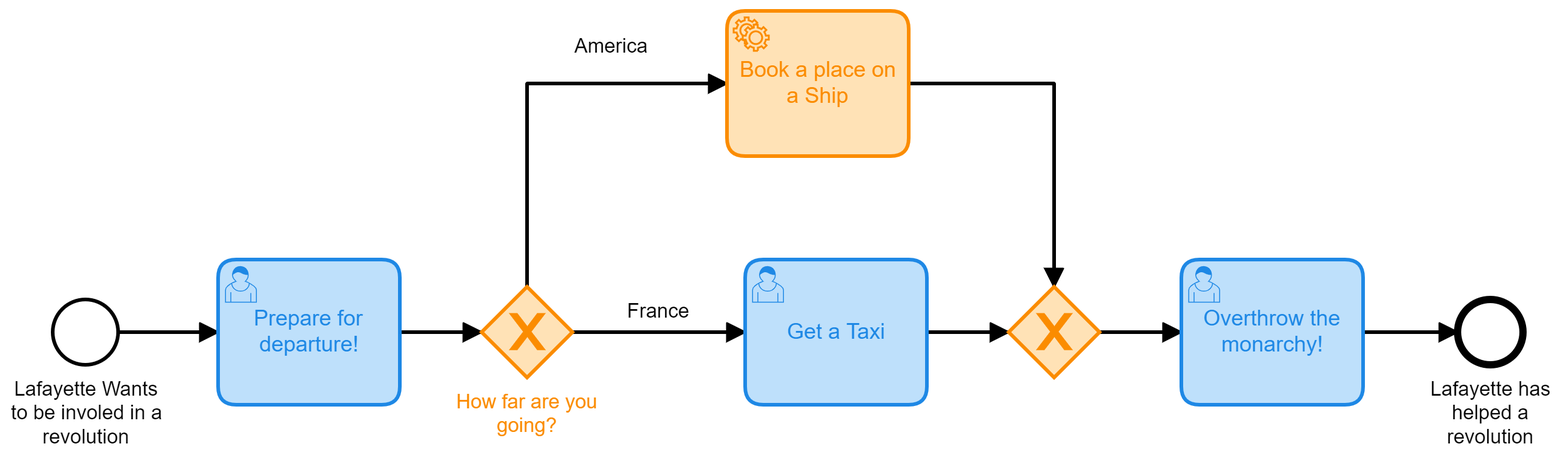
camunda-community-hub/Camunda-7-Spring-Boot-Tutorial-Lafayette keeps this BPMN diagram as src/main/resources/images/LafayetteV2.png. Above is the earlier version. Its source is kept beside it as src/main/resources/LafayetteV2.bpmn. Ids are renumbered. The source it was exported from:
```xml
<bpmn:definitions xmlns:bpmn="http://www.omg.org/spec/BPMN/20100524/MODEL" xmlns:bpmndi="http://www.omg.org/spec/BPMN/20100524/DI" xmlns:dc="http://www.omg.org/spec/DD/20100524/DC" xmlns:di="http://www.omg.org/spec/DD/20100524/DI" xmlns:camunda="http://camunda.org/schema/1.0/bpmn" xmlns:bioc="http://bpmn.io/schema/bpmn/biocolor/1.0" xmlns:xsi="http://www.w3.org/2001/XMLSchema-instance" id="Definitions_n1" targetNamespace="http://bpmn.io/schema/bpmn" exporter="Camunda Modeler" exporterVersion="4.8.0">
  <bpmn:process id="Lafayette-process-v2" name="Lafayette Version 2." isExecutable="true">
    <bpmn:startEvent id="StartEvent_1" name="Lafayette Wants to be involed in a revolution">
      <bpmn:outgoing>SequenceFlow_n2</bpmn:outgoing>
    </bpmn:startEvent>
    <bpmn:sequenceFlow id="SequenceFlow_n2" sourceRef="StartEvent_1" targetRef="Activity_n3" />
    <bpmn:endEvent id="EndEvent_n4" name="Lafayette has helped a revolution">
      <bpmn:incoming>Flow_n5</bpmn:incoming>
    </bpmn:endEvent>
    <bpmn:userTask id="Activity_n3" name="Prepare for departure!" camunda:formKey="camunda-forms:/forms/preparetrip.form">
      <bpmn:incoming>SequenceFlow_n2</bpmn:incoming>
      <bpmn:outgoing>Flow_n6</bpmn:outgoing>
    </bpmn:userTask>
    <bpmn:sequenceFlow id="Flow_n6" sourceRef="Activity_n3" targetRef="Gateway_n7" />
    <bpmn:sequenceFlow id="Flow_n8" sourceRef="Activity_n9" targetRef="Gateway_n10" />
    <bpmn:userTask id="Activity_n9" name="Get a Taxi" camunda:formKey="camunda-forms:/forms/GetTaxi.form">
      <bpmn:incoming>Flow_n11</bpmn:incoming>
      <bpmn:outgoing>Flow_n8</bpmn:outgoing>
    </bpmn:userTask>
    <bpmn:sequenceFlow id="Flow_n5" sourceRef="Activity_n12" targetRef="EndEvent_n4" />
    <bpmn:userTask id="Activity_n12" name="Overthrow the monarchy!">
      <bpmn:incoming>Flow_n13</bpmn:incoming>
      <bpmn:outgoing>Flow_n5</bpmn:outgoing>
    </bpmn:userTask>
    <bpmn:exclusiveGateway id="Gateway_n7" name="How far are you going?">
      <bpmn:incoming>Flow_n6</bpmn:incoming>
      <bpmn:outgoing>Flow_n11</bpmn:outgoing>
      <bpmn:outgoing>Flow_n14</bpmn:outgoing>
    </bpmn:exclusiveGateway>
    <bpmn:sequenceFlow id="Flow_n11" name="France" sourceRef="Gateway_n7" targetRef="Activity_n9">
      <bpmn:conditionExpression xsi:type="bpmn:tFormalExpression">#{country == 'France'}</bpmn:conditionExpression>
    </bpmn:sequenceFlow>
    <bpmn:sequenceFlow id="Flow_n14" name="America" sourceRef="Gateway_n7" targetRef="Activity_n15">
      <bpmn:conditionExpression xsi:type="bpmn:tFormalExpression">#{country == 'America'}</bpmn:conditionExpression>
    </bpmn:sequenceFlow>
    <bpmn:exclusiveGateway id="Gateway_n10">
      <bpmn:incoming>Flow_n8</bpmn:incoming>
      <bpmn:incoming>Flow_n16</bpmn:incoming>
      <bpmn:outgoing>Flow_n13</bpmn:outgoing>
    </bpmn:exclusiveGateway>
    <bpmn:sequenceFlow id="Flow_n13" sourceRef="Gateway_n10" targetRef="Activity_n12" />
    <bpmn:sequenceFlow id="Flow_n16" sourceRef="Activity_n15" targetRef="Gateway_n10" />
    <bpmn:serviceTask id="Activity_n15" name="Book a place on a Ship" camunda:delegateExpression="#{reserveSeatOnBoat}">
      <bpmn:incoming>Flow_n14</bpmn:incoming>
      <bpmn:outgoing>Flow_n16</bpmn:outgoing>
    </bpmn:serviceTask>
  </bpmn:process>
  <bpmndi:BPMNDiagram id="BPMNDiagram_1">
    <bpmndi:BPMNPlane id="BPMNPlane_1" bpmnElement="Lafayette-process-v2">
      <bpmndi:BPMNEdge id="Flow_n5_di" bpmnElement="Flow_n5">
        <di:waypoint x="900" y="257" />
        <di:waypoint x="952" y="257" />
      </bpmndi:BPMNEdge>
      <bpmndi:BPMNEdge id="Flow_n8_di" bpmnElement="Flow_n8">
        <di:waypoint x="660" y="257" />
        <di:waypoint x="705" y="257" />
      </bpmndi:BPMNEdge>
      <bpmndi:BPMNEdge id="Flow_n6_di" bpmnElement="Flow_n6">
        <di:waypoint x="370" y="257" />
        <di:waypoint x="415" y="257" />
      </bpmndi:BPMNEdge>
      <bpmndi:BPMNEdge id="SequenceFlow_n2_di" bpmnElement="SequenceFlow_n2">
        <di:waypoint x="215" y="257" />
        <di:waypoint x="270" y="257" />
      </bpmndi:BPMNEdge>
      <bpmndi:BPMNEdge id="Flow_n11_di" bpmnElement="Flow_n11">
        <di:waypoint x="465" y="257" />
        <di:waypoint x="560" y="257" />
        <bpmndi:BPMNLabel>
          <dc:Bounds x="495" y="239" width="35" height="14" />
        </bpmndi:BPMNLabel>
      </bpmndi:BPMNEdge>
      <bpmndi:BPMNEdge id="Flow_n14_di" bpmnElement="Flow_n14">
        <di:waypoint x="440" y="232" />
        <di:waypoint x="440" y="120" />
        <di:waypoint x="550" y="120" />
        <bpmndi:BPMNLabel>
          <dc:Bounds x="466" y="93" width="40" height="14" />
        </bpmndi:BPMNLabel>
      </bpmndi:BPMNEdge>
      <bpmndi:BPMNEdge id="Flow_n13_di" bpmnElement="Flow_n13">
        <di:waypoint x="755" y="257" />
        <di:waypoint x="800" y="257" />
      </bpmndi:BPMNEdge>
      <bpmndi:BPMNEdge id="Flow_n16_di" bpmnElement="Flow_n16">
        <di:waypoint x="650" y="120" />
        <di:waypoint x="730" y="120" />
        <di:waypoint x="730" y="232" />
      </bpmndi:BPMNEdge>
      <bpmndi:BPMNShape id="_BPMNShape_StartEvent_2" bpmnElement="StartEvent_1">
        <dc:Bounds x="179" y="239" width="36" height="36" />
        <bpmndi:BPMNLabel>
          <dc:Bounds x="156" y="282" width="83" height="40" />
        </bpmndi:BPMNLabel>
      </bpmndi:BPMNShape>
      <bpmndi:BPMNShape id="Activity_n3_di" bpmnElement="Activity_n3" bioc:stroke="rgb(30, 136, 229)" bioc:fill="rgb(187, 222, 251)">
        <dc:Bounds x="270" y="217" width="100" height="80" />
      </bpmndi:BPMNShape>
      <bpmndi:BPMNShape id="Gateway_n7_di" bpmnElement="Gateway_n7" isMarkerVisible="true" bioc:stroke="rgb(251, 140, 0)" bioc:fill="rgb(255, 224, 178)">
        <dc:Bounds x="415" y="232" width="50" height="50" />
        <bpmndi:BPMNLabel>
          <dc:Bounds x="401" y="289" width="78" height="27" />
        </bpmndi:BPMNLabel>
      </bpmndi:BPMNShape>
      <bpmndi:BPMNShape id="Activity_1lu1qtk_di" bpmnElement="Activity_n9" bioc:stroke="rgb(30, 136, 229)" bioc:fill="rgb(187, 222, 251)">
        <dc:Bounds x="560" y="217" width="100" height="80" />
      </bpmndi:BPMNShape>
      <bpmndi:BPMNShape id="EndEvent_n4_di" bpmnElement="EndEvent_n4">
        <dc:Bounds x="952" y="239" width="36" height="36" />
        <bpmndi:BPMNLabel>
          <dc:Bounds x="937" y="282" width="67" height="40" />
        </bpmndi:BPMNLabel>
      </bpmndi:BPMNShape>
      <bpmndi:BPMNShape id="Activity_0lh3lbj_di" bpmnElement="Activity_n12" bioc:stroke="rgb(30, 136, 229)" bioc:fill="rgb(187, 222, 251)">
        <dc:Bounds x="800" y="217" width="100" height="80" />
      </bpmndi:BPMNShape>
      <bpmndi:BPMNShape id="Gateway_n10_di" bpmnElement="Gateway_n10" isMarkerVisible="true" bioc:stroke="rgb(251, 140, 0)" bioc:fill="rgb(255, 224, 178)">
        <dc:Bounds x="705" y="232" width="50" height="50" />
      </bpmndi:BPMNShape>
      <bpmndi:BPMNShape id="Activity_1d7iv80_di" bpmnElement="Activity_n15" bioc:stroke="rgb(251, 140, 0)" bioc:fill="rgb(255, 224, 178)">
        <dc:Bounds x="550" y="80" width="100" height="80" />
      </bpmndi:BPMNShape>
    </bpmndi:BPMNPlane>
  </bpmndi:BPMNDiagram>
</bpmn:definitions>
```
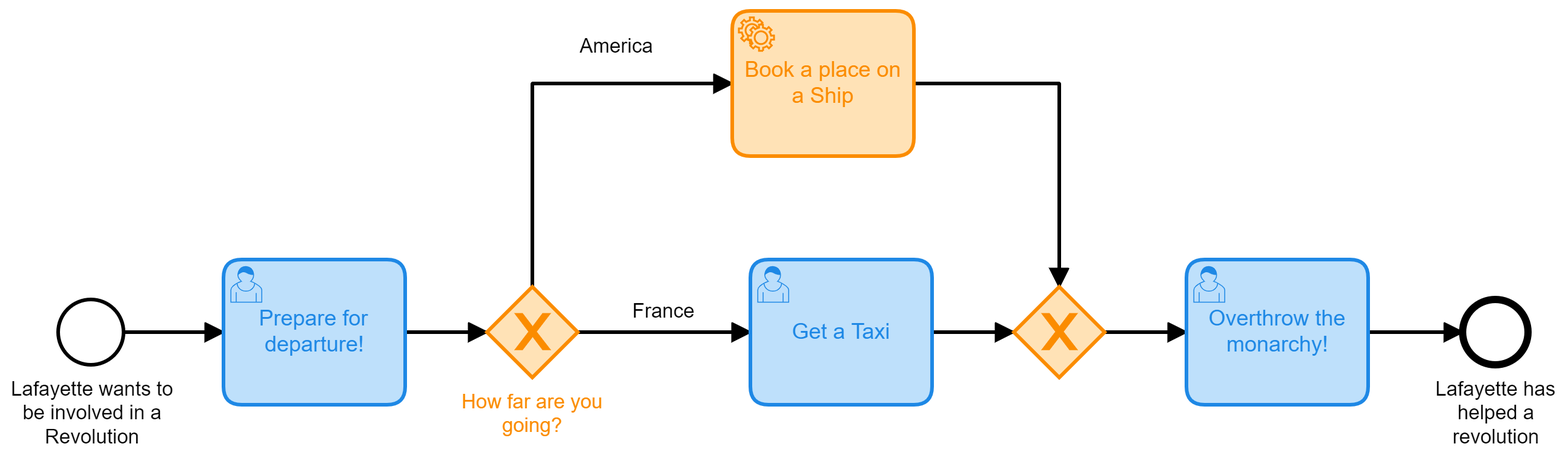
The same file after the commit.

The edit, as a diff of the source:
```diff
@@ -1,6 +1,6 @@
 <bpmn:definitions xmlns:bpmn="http://www.omg.org/spec/BPMN/20100524/MODEL" xmlns:bpmndi="http://www.omg.org/spec/BPMN/20100524/DI" xmlns:dc="http://www.omg.org/spec/DD/20100524/DC" xmlns:di="http://www.omg.org/spec/DD/20100524/DI" xmlns:camunda="http://camunda.org/schema/1.0/bpmn" xmlns:bioc="http://bpmn.io/schema/bpmn/biocolor/1.0" xmlns:xsi="http://www.w3.org/2001/XMLSchema-instance" id="Definitions_n1" targetNamespace="http://bpmn.io/schema/bpmn" exporter="Camunda Modeler" exporterVersion="4.8.0">
   <bpmn:process id="Lafayette-process-v2" name="Lafayette Version 2." isExecutable="true">
-    <bpmn:startEvent id="StartEvent_1" name="Lafayette Wants to be involed in a revolution">
+    <bpmn:startEvent id="StartEvent_1" name="Lafayette wants to be involved in a Revolution">
       <bpmn:outgoing>SequenceFlow_n2</bpmn:outgoing>
     </bpmn:startEvent>
     <bpmn:sequenceFlow id="SequenceFlow_n2" sourceRef="StartEvent_1" targetRef="Activity_n3" />
@@ -47,6 +47,30 @@
   </bpmn:process>
   <bpmndi:BPMNDiagram id="BPMNDiagram_1">
     <bpmndi:BPMNPlane id="BPMNPlane_1" bpmnElement="Lafayette-process-v2">
+      <bpmndi:BPMNEdge id="Flow_n16_di" bpmnElement="Flow_n16">
+        <di:waypoint x="650" y="120" />
+        <di:waypoint x="730" y="120" />
+        <di:waypoint x="730" y="232" />
+      </bpmndi:BPMNEdge>
+      <bpmndi:BPMNEdge id="Flow_n13_di" bpmnElement="Flow_n13">
+        <di:waypoint x="755" y="257" />
+        <di:waypoint x="800" y="257" />
+      </bpmndi:BPMNEdge>
+      <bpmndi:BPMNEdge id="Flow_n14_di" bpmnElement="Flow_n14">
+        <di:waypoint x="440" y="232" />
+        <di:waypoint x="440" y="120" />
+        <di:waypoint x="550" y="120" />
+        <bpmndi:BPMNLabel>
+          <dc:Bounds x="466" y="93" width="40" height="14" />
+        </bpmndi:BPMNLabel>
+      </bpmndi:BPMNEdge>
+      <bpmndi:BPMNEdge id="Flow_n11_di" bpmnElement="Flow_n11">
+        <di:waypoint x="465" y="257" />
+        <di:waypoint x="560" y="257" />
+        <bpmndi:BPMNLabel>
+          <dc:Bounds x="495" y="239" width="35" height="14" />
+        </bpmndi:BPMNLabel>
+      </bpmndi:BPMNEdge>
       <bpmndi:BPMNEdge id="Flow_n5_di" bpmnElement="Flow_n5">
         <di:waypoint x="900" y="257" />
         <di:waypoint x="952" y="257" />
@@ -63,47 +87,11 @@
         <di:waypoint x="215" y="257" />
         <di:waypoint x="270" y="257" />
       </bpmndi:BPMNEdge>
-      <bpmndi:BPMNEdge id="Flow_n11_di" bpmnElement="Flow_n11">
-        <di:waypoint x="465" y="257" />
-        <di:waypoint x="560" y="257" />
-        <bpmndi:BPMNLabel>
-          <dc:Bounds x="495" y="239" width="35" height="14" />
-        </bpmndi:BPMNLabel>
-      </bpmndi:BPMNEdge>
-      <bpmndi:BPMNEdge id="Flow_n14_di" bpmnElement="Flow_n14">
-        <di:waypoint x="440" y="232" />
-        <di:waypoint x="440" y="120" />
-        <di:waypoint x="550" y="120" />
-        <bpmndi:BPMNLabel>
-          <dc:Bounds x="466" y="93" width="40" height="14" />
-        </bpmndi:BPMNLabel>
-      </bpmndi:BPMNEdge>
-      <bpmndi:BPMNEdge id="Flow_n13_di" bpmnElement="Flow_n13">
-        <di:waypoint x="755" y="257" />
-        <di:waypoint x="800" y="257" />
-      </bpmndi:BPMNEdge>
-      <bpmndi:BPMNEdge id="Flow_n16_di" bpmnElement="Flow_n16">
-        <di:waypoint x="650" y="120" />
-        <di:waypoint x="730" y="120" />
-        <di:waypoint x="730" y="232" />
-      </bpmndi:BPMNEdge>
       <bpmndi:BPMNShape id="_BPMNShape_StartEvent_2" bpmnElement="StartEvent_1">
         <dc:Bounds x="179" y="239" width="36" height="36" />
         <bpmndi:BPMNLabel>
-          <dc:Bounds x="156" y="282" width="83" height="40" />
+          <dc:Bounds x="153" y="282" width="90" height="40" />
         </bpmndi:BPMNLabel>
-      </bpmndi:BPMNShape>
-      <bpmndi:BPMNShape id="Activity_n3_di" bpmnElement="Activity_n3" bioc:stroke="rgb(30, 136, 229)" bioc:fill="rgb(187, 222, 251)">
-        <dc:Bounds x="270" y="217" width="100" height="80" />
-      </bpmndi:BPMNShape>
-      <bpmndi:BPMNShape id="Gateway_n7_di" bpmnElement="Gateway_n7" isMarkerVisible="true" bioc:stroke="rgb(251, 140, 0)" bioc:fill="rgb(255, 224, 178)">
-        <dc:Bounds x="415" y="232" width="50" height="50" />
-        <bpmndi:BPMNLabel>
-          <dc:Bounds x="401" y="289" width="78" height="27" />
-        </bpmndi:BPMNLabel>
-      </bpmndi:BPMNShape>
-      <bpmndi:BPMNShape id="Activity_1lu1qtk_di" bpmnElement="Activity_n9" bioc:stroke="rgb(30, 136, 229)" bioc:fill="rgb(187, 222, 251)">
-        <dc:Bounds x="560" y="217" width="100" height="80" />
       </bpmndi:BPMNShape>
       <bpmndi:BPMNShape id="EndEvent_n4_di" bpmnElement="EndEvent_n4">
         <dc:Bounds x="952" y="239" width="36" height="36" />
@@ -111,8 +99,20 @@
           <dc:Bounds x="937" y="282" width="67" height="40" />
         </bpmndi:BPMNLabel>
       </bpmndi:BPMNShape>
+      <bpmndi:BPMNShape id="Activity_n3_di" bpmnElement="Activity_n3" bioc:stroke="rgb(30, 136, 229)" bioc:fill="rgb(187, 222, 251)">
+        <dc:Bounds x="270" y="217" width="100" height="80" />
+      </bpmndi:BPMNShape>
+      <bpmndi:BPMNShape id="Activity_1lu1qtk_di" bpmnElement="Activity_n9" bioc:stroke="rgb(30, 136, 229)" bioc:fill="rgb(187, 222, 251)">
+        <dc:Bounds x="560" y="217" width="100" height="80" />
+      </bpmndi:BPMNShape>
       <bpmndi:BPMNShape id="Activity_0lh3lbj_di" bpmnElement="Activity_n12" bioc:stroke="rgb(30, 136, 229)" bioc:fill="rgb(187, 222, 251)">
         <dc:Bounds x="800" y="217" width="100" height="80" />
+      </bpmndi:BPMNShape>
+      <bpmndi:BPMNShape id="Gateway_n7_di" bpmnElement="Gateway_n7" isMarkerVisible="true" bioc:stroke="rgb(251, 140, 0)" bioc:fill="rgb(255, 224, 178)">
+        <dc:Bounds x="415" y="232" width="50" height="50" />
+        <bpmndi:BPMNLabel>
+          <dc:Bounds x="401" y="289" width="78" height="27" />
+        </bpmndi:BPMNLabel>
       </bpmndi:BPMNShape>
       <bpmndi:BPMNShape id="Gateway_n10_di" bpmnElement="Gateway_n10" isMarkerVisible="true" bioc:stroke="rgb(251, 140, 0)" bioc:fill="rgb(255, 224, 178)">
         <dc:Bounds x="705" y="232" width="50" height="50" />
```
